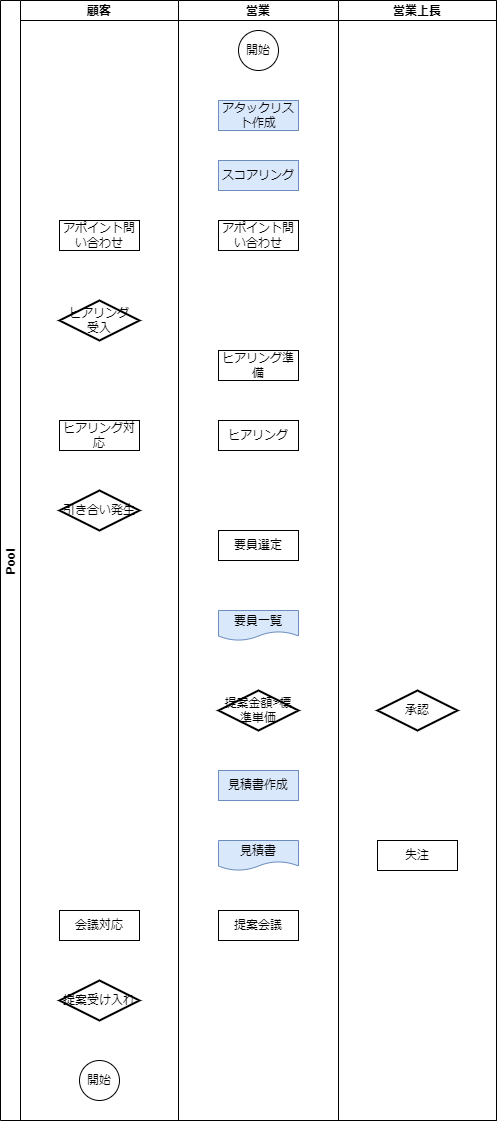
Above: ToBeワークフロー図_堀田20230613.drawio.png in TaikiHorita/TaikiRepository (draw.io), before the change. Source tidied: cells renumbered, new cells last; positions are measured from the earlier drawing's top-left corner, leaving out a move shared by most shapes. Source of this version:
```xml
<mxGraphModel>
  <root>
    <mxCell id="0" />
    <mxCell id="1" parent="0" />
    <mxCell id="2" value="Pool" style="swimlane;startSize=20;horizontal=0;" parent="1" vertex="1">
      <mxGeometry width="496" height="1120" as="geometry" />
    </mxCell>
    <mxCell id="3" value="顧客" style="swimlane;startSize=20;" parent="2" vertex="1">
      <mxGeometry x="20" width="158" height="1120" as="geometry" />
    </mxCell>
    <mxCell id="4" value="アポイント問い合わせ" style="rounded=0;whiteSpace=wrap;html=1;" parent="3" vertex="1">
      <mxGeometry x="39" y="220" width="80" height="30" as="geometry" />
    </mxCell>
    <mxCell id="5" value="ヒアリング&lt;br&gt;受入" style="strokeWidth=2;html=1;shape=mxgraph.flowchart.decision;whiteSpace=wrap;" parent="3" vertex="1">
      <mxGeometry x="39" y="300" width="80" height="40" as="geometry" />
    </mxCell>
    <mxCell id="6" value="ヒアリング対応" style="rounded=0;whiteSpace=wrap;html=1;" parent="3" vertex="1">
      <mxGeometry x="39" y="420" width="80" height="30" as="geometry" />
    </mxCell>
    <mxCell id="7" value="引き合い発生" style="strokeWidth=2;html=1;shape=mxgraph.flowchart.decision;whiteSpace=wrap;" parent="3" vertex="1">
      <mxGeometry x="39" y="490" width="80" height="40" as="geometry" />
    </mxCell>
    <mxCell id="8" value="会議対応" style="rounded=0;whiteSpace=wrap;html=1;" parent="3" vertex="1">
      <mxGeometry x="39" y="910" width="80" height="30" as="geometry" />
    </mxCell>
    <mxCell id="9" value="提案受け入れ" style="strokeWidth=2;html=1;shape=mxgraph.flowchart.decision;whiteSpace=wrap;" parent="3" vertex="1">
      <mxGeometry x="39" y="980" width="80" height="40" as="geometry" />
    </mxCell>
    <mxCell id="10" value="開始" style="ellipse;whiteSpace=wrap;html=1;" parent="3" vertex="1">
      <mxGeometry x="59" y="1060" width="40" height="40" as="geometry" />
    </mxCell>
    <mxCell id="11" value="営業" style="swimlane;startSize=20;" parent="2" vertex="1">
      <mxGeometry x="178" width="160" height="1120" as="geometry" />
    </mxCell>
    <mxCell id="12" value="開始" style="ellipse;whiteSpace=wrap;html=1;" parent="11" vertex="1">
      <mxGeometry x="60" y="30" width="40" height="40" as="geometry" />
    </mxCell>
    <mxCell id="13" value="アタックリスト作成" style="rounded=0;whiteSpace=wrap;html=1;fillColor=#dae8fc;strokeColor=#6c8ebf;" parent="11" vertex="1">
      <mxGeometry x="40" y="100" width="80" height="30" as="geometry" />
    </mxCell>
    <mxCell id="14" value="スコアリング" style="rounded=0;whiteSpace=wrap;html=1;fillColor=#dae8fc;strokeColor=#6c8ebf;" parent="11" vertex="1">
      <mxGeometry x="40" y="160" width="80" height="30" as="geometry" />
    </mxCell>
    <mxCell id="15" value="アポイント問い合わせ" style="rounded=0;whiteSpace=wrap;html=1;" parent="11" vertex="1">
      <mxGeometry x="40" y="220" width="80" height="30" as="geometry" />
    </mxCell>
    <mxCell id="16" value="ヒアリング準備" style="rounded=0;whiteSpace=wrap;html=1;" parent="11" vertex="1">
      <mxGeometry x="40" y="350" width="80" height="30" as="geometry" />
    </mxCell>
    <mxCell id="17" value="ヒアリング" style="rounded=0;whiteSpace=wrap;html=1;" parent="11" vertex="1">
      <mxGeometry x="40" y="420" width="80" height="30" as="geometry" />
    </mxCell>
    <mxCell id="18" value="要員選定" style="rounded=0;whiteSpace=wrap;html=1;" parent="11" vertex="1">
      <mxGeometry x="40" y="530" width="80" height="30" as="geometry" />
    </mxCell>
    <mxCell id="19" value="要員一覧" style="shape=document;whiteSpace=wrap;html=1;boundedLbl=1;fillColor=#dae8fc;strokeColor=#6c8ebf;" parent="11" vertex="1">
      <mxGeometry x="40" y="610" width="80" height="30" as="geometry" />
    </mxCell>
    <mxCell id="20" value="提案金額&amp;gt;標準単価" style="strokeWidth=2;html=1;shape=mxgraph.flowchart.decision;whiteSpace=wrap;" parent="11" vertex="1">
      <mxGeometry x="40" y="690" width="80" height="40" as="geometry" />
    </mxCell>
    <mxCell id="21" value="見積書作成" style="rounded=0;whiteSpace=wrap;html=1;fillColor=#dae8fc;strokeColor=#6c8ebf;" parent="11" vertex="1">
      <mxGeometry x="40" y="770" width="80" height="30" as="geometry" />
    </mxCell>
    <mxCell id="22" value="見積書" style="shape=document;whiteSpace=wrap;html=1;boundedLbl=1;fillColor=#dae8fc;strokeColor=#6c8ebf;" parent="11" vertex="1">
      <mxGeometry x="40" y="840" width="80" height="30" as="geometry" />
    </mxCell>
    <mxCell id="23" value="提案会議" style="rounded=0;whiteSpace=wrap;html=1;" parent="11" vertex="1">
      <mxGeometry x="40" y="910" width="80" height="30" as="geometry" />
    </mxCell>
    <mxCell id="24" value="営業上長" style="swimlane;startSize=20;" parent="2" vertex="1">
      <mxGeometry x="338" width="158" height="1120" as="geometry" />
    </mxCell>
    <mxCell id="25" value="承認" style="strokeWidth=2;html=1;shape=mxgraph.flowchart.decision;whiteSpace=wrap;" parent="24" vertex="1">
      <mxGeometry x="39" y="690" width="80" height="40" as="geometry" />
    </mxCell>
    <mxCell id="26" value="失注" style="rounded=0;whiteSpace=wrap;html=1;" parent="24" vertex="1">
      <mxGeometry x="39" y="840" width="80" height="30" as="geometry" />
    </mxCell>
  </root>
</mxGraphModel>
```
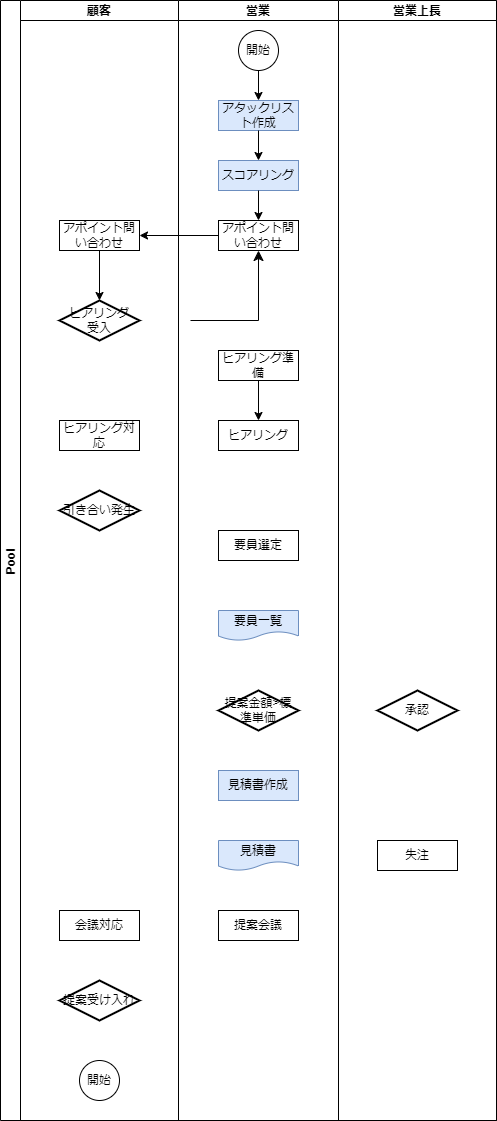
After the commit.

Commit message:
ToBeワークフロー図_堀田20230613.drawio.png を更新します

The edit, as a diff of the source:
```diff
@@ -29,6 +29,9 @@
     <mxCell id="10" value="開始" style="ellipse;whiteSpace=wrap;html=1;" parent="3" vertex="1">
       <mxGeometry x="59" y="1060" width="40" height="40" as="geometry" />
     </mxCell>
+    <mxCell id="27" style="endArrow=classic;html=1;rounded=0;exitX=0.5;exitY=1;exitDx=0;exitDy=0;entryX=0.5;entryY=0;entryDx=0;entryDy=0;entryPerimeter=0;" parent="3" edge="1" source="4" target="5">
+      <mxGeometry relative="1" as="geometry" />
+    </mxCell>
     <mxCell id="11" value="営業" style="swimlane;startSize=20;" parent="2" vertex="1">
       <mxGeometry x="178" width="160" height="1120" as="geometry" />
     </mxCell>
@@ -68,6 +71,18 @@
     <mxCell id="23" value="提案会議" style="rounded=0;whiteSpace=wrap;html=1;" parent="11" vertex="1">
       <mxGeometry x="40" y="910" width="80" height="30" as="geometry" />
     </mxCell>
+    <mxCell id="28" style="endArrow=classic;html=1;rounded=0;exitX=0.5;exitY=1;exitDx=0;exitDy=0;entryX=0.5;entryY=0;entryDx=0;entryDy=0;" parent="11" edge="1" source="12" target="13">
+      <mxGeometry relative="1" as="geometry" />
+    </mxCell>
+    <mxCell id="29" style="endArrow=classic;html=1;rounded=0;exitX=0.5;exitY=1;exitDx=0;exitDy=0;entryX=0.5;entryY=0;entryDx=0;entryDy=0;" parent="11" edge="1" source="13" target="14">
+      <mxGeometry relative="1" as="geometry" />
+    </mxCell>
+    <mxCell id="30" style="endArrow=classic;html=1;rounded=0;exitX=0.5;exitY=1;exitDx=0;exitDy=0;entryX=0.5;entryY=0;entryDx=0;entryDy=0;" parent="11" edge="1" source="14" target="15">
+      <mxGeometry relative="1" as="geometry" />
+    </mxCell>
+    <mxCell id="31" style="endArrow=classic;html=1;rounded=0;entryX=0.5;entryY=0;entryDx=0;entryDy=0;exitX=0.5;exitY=1;exitDx=0;exitDy=0;" parent="11" edge="1" source="16" target="17">
+      <mxGeometry relative="1" as="geometry" />
+    </mxCell>
     <mxCell id="24" value="営業上長" style="swimlane;startSize=20;" parent="2" vertex="1">
       <mxGeometry x="338" width="158" height="1120" as="geometry" />
     </mxCell>
@@ -77,5 +92,16 @@
     <mxCell id="26" value="失注" style="rounded=0;whiteSpace=wrap;html=1;" parent="24" vertex="1">
       <mxGeometry x="39" y="840" width="80" height="30" as="geometry" />
     </mxCell>
+    <mxCell id="32" style="endArrow=classic;html=1;rounded=0;exitX=0;exitY=0.5;exitDx=0;exitDy=0;entryX=1;entryY=0.5;entryDx=0;entryDy=0;" parent="2" edge="1" source="15" target="4">
+      <mxGeometry relative="1" as="geometry" />
+    </mxCell>
+    <mxCell id="33" style="edgeStyle=elbowEdgeStyle;elbow=vertical;endArrow=classic;html=1;curved=0;rounded=0;endSize=8;startSize=8;entryX=0.5;entryY=1;entryDx=0;entryDy=0;" parent="2" edge="1" target="15">
+      <mxGeometry relative="1" as="geometry">
+        <mxPoint x="190" y="320" as="sourcePoint" />
+        <Array as="points">
+          <mxPoint x="200" y="320" />
+        </Array>
+      </mxGeometry>
+    </mxCell>
   </root>
 </mxGraphModel>
```
